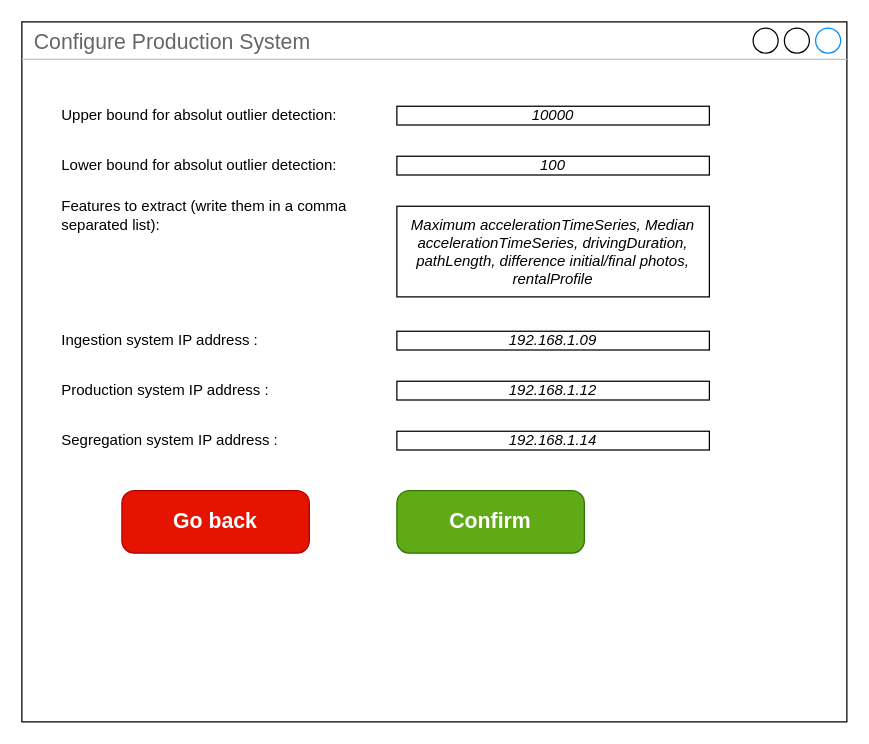
BaffoBello14/AutomaticDamagesRecognition keeps this draw.io diagram as configure/production_system(JACO).drawio. Above is the earlier version. Source tidied: cells renumbered, new cells numbered last; positions are measured from the earlier drawing's top-left corner, leaving out a move shared by most shapes. Both pictures are drawn from the tidied source at 125%, with x=0, y=0 at pixel (21, 21).
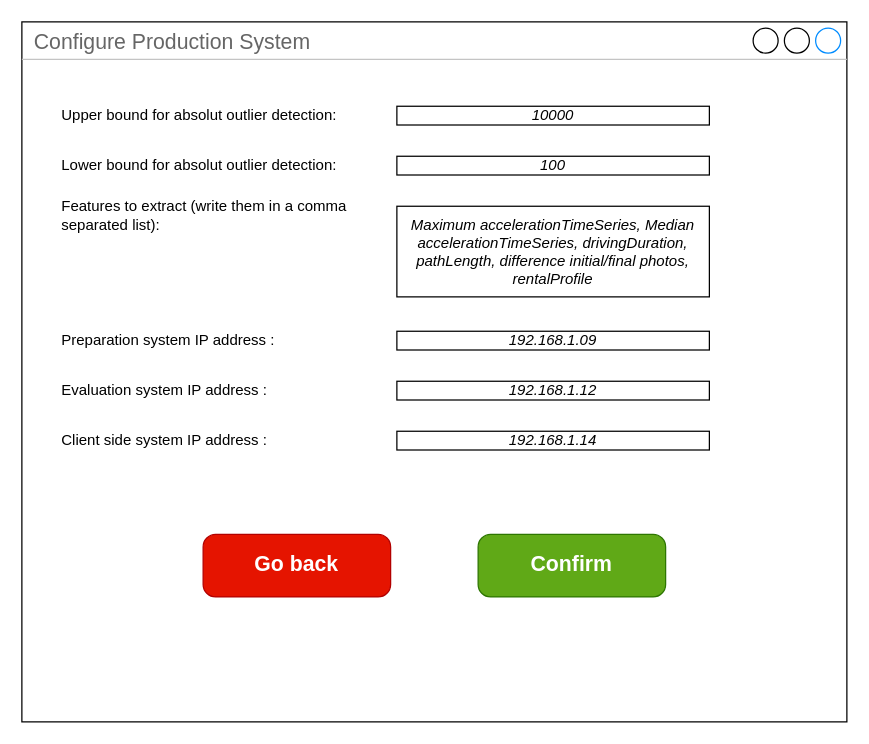
The same page after the edit.

Diff of the diagram source:
```diff
@@
 <mxGraphModel>
   <root>
     <mxCell id="0" />
     <mxCell id="1" parent="0" />
     <mxCell id="2" value="Configure Production System" style="strokeWidth=1;shadow=0;dashed=0;align=center;html=1;shape=mxgraph.mockup.containers.window;align=left;verticalAlign=top;spacingLeft=8;strokeColor2=#008cff;strokeColor3=#c4c4c4;fontColor=#666666;mainText=;fontSize=17;labelBackgroundColor=none;whiteSpace=wrap;" parent="1" vertex="1">
       <mxGeometry width="660" height="560" as="geometry" />
     </mxCell>
     <mxCell id="3" value="Confirm" style="strokeWidth=1;shadow=0;dashed=0;align=center;html=1;shape=mxgraph.mockup.buttons.button;strokeColor=#2D7600;fontColor=#ffffff;mainText=;buttonStyle=round;fontSize=17;fontStyle=1;fillColor=#60a917;whiteSpace=wrap;" parent="1" vertex="1">
-      <mxGeometry x="300" y="375" width="150" height="50" as="geometry" />
+      <mxGeometry x="365" y="410" width="150" height="50" as="geometry" />
     </mxCell>
     <mxCell id="4" value="Go back" style="strokeWidth=1;shadow=0;dashed=0;align=center;html=1;shape=mxgraph.mockup.buttons.button;strokeColor=#B20000;mainText=;buttonStyle=round;fontSize=17;fontStyle=1;fillColor=#e51400;whiteSpace=wrap;fontColor=#ffffff;" parent="1" vertex="1">
-      <mxGeometry x="80" y="375" width="150" height="50" as="geometry" />
+      <mxGeometry x="145" y="410" width="150" height="50" as="geometry" />
     </mxCell>
     <mxCell id="5" value="Upper bound for absolut outlier detection:" style="text;html=1;strokeColor=none;fillColor=none;align=left;verticalAlign=middle;whiteSpace=wrap;rounded=0;" parent="1" vertex="1">
       <mxGeometry x="30" y="60" width="240" height="30" as="geometry" />
     </mxCell>
     <mxCell id="6" value="&lt;i&gt;&lt;font&gt;10000&lt;/font&gt;&lt;/i&gt;" style="rounded=0;whiteSpace=wrap;html=1;fontColor=#000000;" parent="1" vertex="1">
       <mxGeometry x="300" y="67.5" width="250" height="15" as="geometry" />
     </mxCell>
     <mxCell id="7" value="Lower bound for absolut outlier detection:" style="text;html=1;strokeColor=none;fillColor=none;align=left;verticalAlign=middle;whiteSpace=wrap;rounded=0;" parent="1" vertex="1">
       <mxGeometry x="30" y="100" width="230" height="30" as="geometry" />
     </mxCell>
     <mxCell id="8" value="&lt;i&gt;&lt;font&gt;100&lt;/font&gt;&lt;/i&gt;" style="rounded=0;whiteSpace=wrap;html=1;fontColor=#000000;" parent="1" vertex="1">
       <mxGeometry x="300" y="107.5" width="250" height="15" as="geometry" />
     </mxCell>
     <mxCell id="9" value="Features to extract (write them in a comma separated list):" style="text;html=1;strokeColor=none;fillColor=none;align=left;verticalAlign=middle;whiteSpace=wrap;rounded=0;" parent="1" vertex="1">
       <mxGeometry x="30" y="140" width="240" height="30" as="geometry" />
     </mxCell>
     <mxCell id="10" value="&lt;i&gt;Maximum accelerationTimeSeries, Median accelerationTimeSeries, drivingDuration, pathLength, difference initial/final photos, rentalProfile&lt;/i&gt;" style="rounded=0;whiteSpace=wrap;html=1;fontColor=#000000;" parent="1" vertex="1">
       <mxGeometry x="300" y="147.5" width="250" height="72.5" as="geometry" />
     </mxCell>
-    <mxCell id="11" value="Ingestion system IP address :" style="text;html=1;strokeColor=none;fillColor=none;align=left;verticalAlign=middle;whiteSpace=wrap;rounded=0;" parent="1" vertex="1">
+    <mxCell id="11" value="Preparation system IP address :" style="text;html=1;strokeColor=none;fillColor=none;align=left;verticalAlign=middle;whiteSpace=wrap;rounded=0;" parent="1" vertex="1">
       <mxGeometry x="30" y="240" width="210" height="30" as="geometry" />
     </mxCell>
     <mxCell id="12" value="&lt;i style=&quot;border-color: var(--border-color);&quot;&gt;&lt;font style=&quot;border-color: var(--border-color);&quot;&gt;192.168.1.09&lt;/font&gt;&lt;/i&gt;" style="rounded=0;whiteSpace=wrap;html=1;fontColor=#000000;" parent="1" vertex="1">
       <mxGeometry x="300" y="247.5" width="250" height="15" as="geometry" />
     </mxCell>
-    <mxCell id="13" value="Production system IP address :" style="text;html=1;strokeColor=none;fillColor=none;align=left;verticalAlign=middle;whiteSpace=wrap;rounded=0;" parent="1" vertex="1">
+    <mxCell id="13" value="Evaluation system IP address :" style="text;html=1;strokeColor=none;fillColor=none;align=left;verticalAlign=middle;whiteSpace=wrap;rounded=0;" parent="1" vertex="1">
       <mxGeometry x="30" y="280" width="210" height="30" as="geometry" />
     </mxCell>
     <mxCell id="14" value="&lt;i style=&quot;border-color: var(--border-color);&quot;&gt;&lt;font style=&quot;border-color: var(--border-color);&quot;&gt;192.168.1.12&lt;/font&gt;&lt;/i&gt;" style="rounded=0;whiteSpace=wrap;html=1;fontColor=#000000;" parent="1" vertex="1">
       <mxGeometry x="300" y="287.5" width="250" height="15" as="geometry" />
     </mxCell>
-    <mxCell id="15" value="Segregation system IP address :" style="text;html=1;strokeColor=none;fillColor=none;align=left;verticalAlign=middle;whiteSpace=wrap;rounded=0;" parent="1" vertex="1">
+    <mxCell id="15" value="Client side system IP address :" style="text;html=1;strokeColor=none;fillColor=none;align=left;verticalAlign=middle;whiteSpace=wrap;rounded=0;" parent="1" vertex="1">
       <mxGeometry x="30" y="320" width="210" height="30" as="geometry" />
     </mxCell>
     <mxCell id="16" value="&lt;i style=&quot;border-color: var(--border-color);&quot;&gt;&lt;font style=&quot;border-color: var(--border-color);&quot;&gt;192.168.1.14&lt;/font&gt;&lt;/i&gt;" style="rounded=0;whiteSpace=wrap;html=1;fontColor=#000000;" parent="1" vertex="1">
       <mxGeometry x="300" y="327.5" width="250" height="15" as="geometry" />
     </mxCell>
   </root>
 </mxGraphModel>
```
